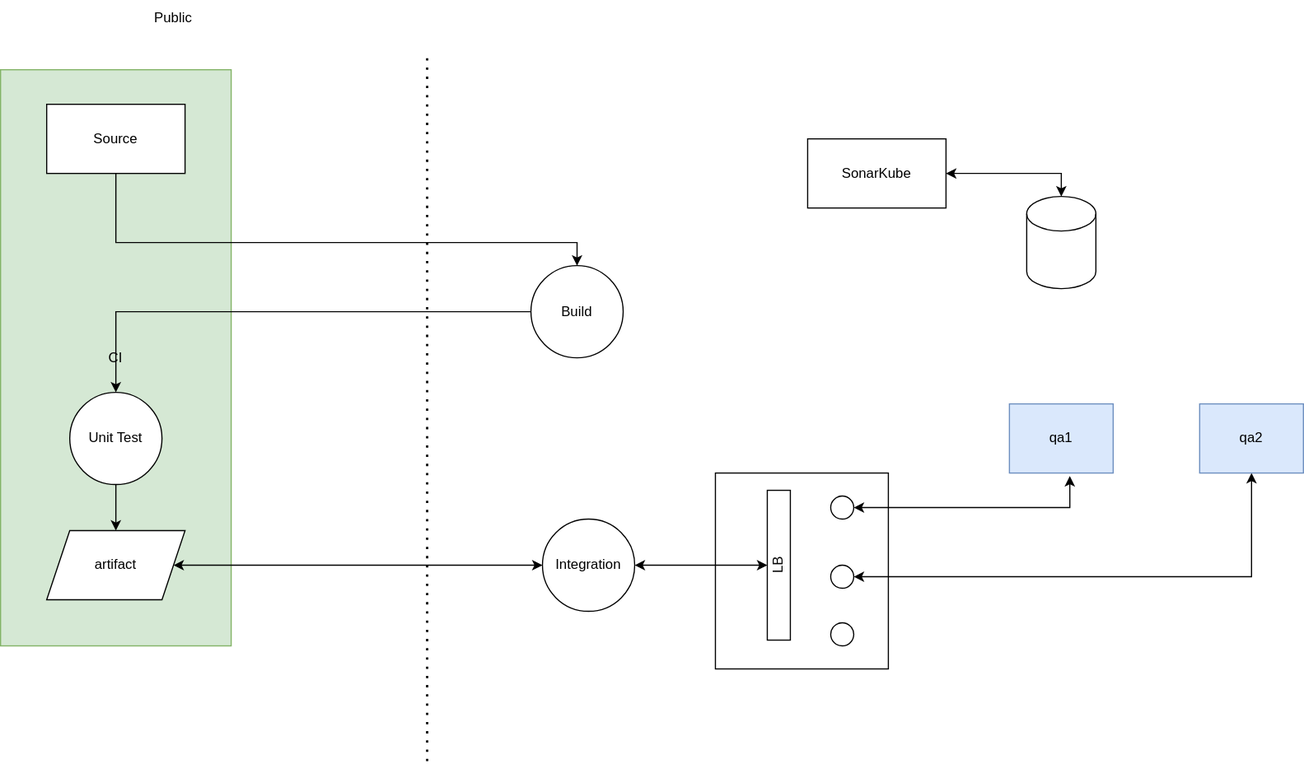
Above: infra/agentsinfrastructureunderstanding.svg in vjavle/invoicecloud (draw.io), before the change. Source tidied: cells renumbered, new cells last; positions are measured from the earlier drawing's top-left corner, leaving out a move shared by most shapes.
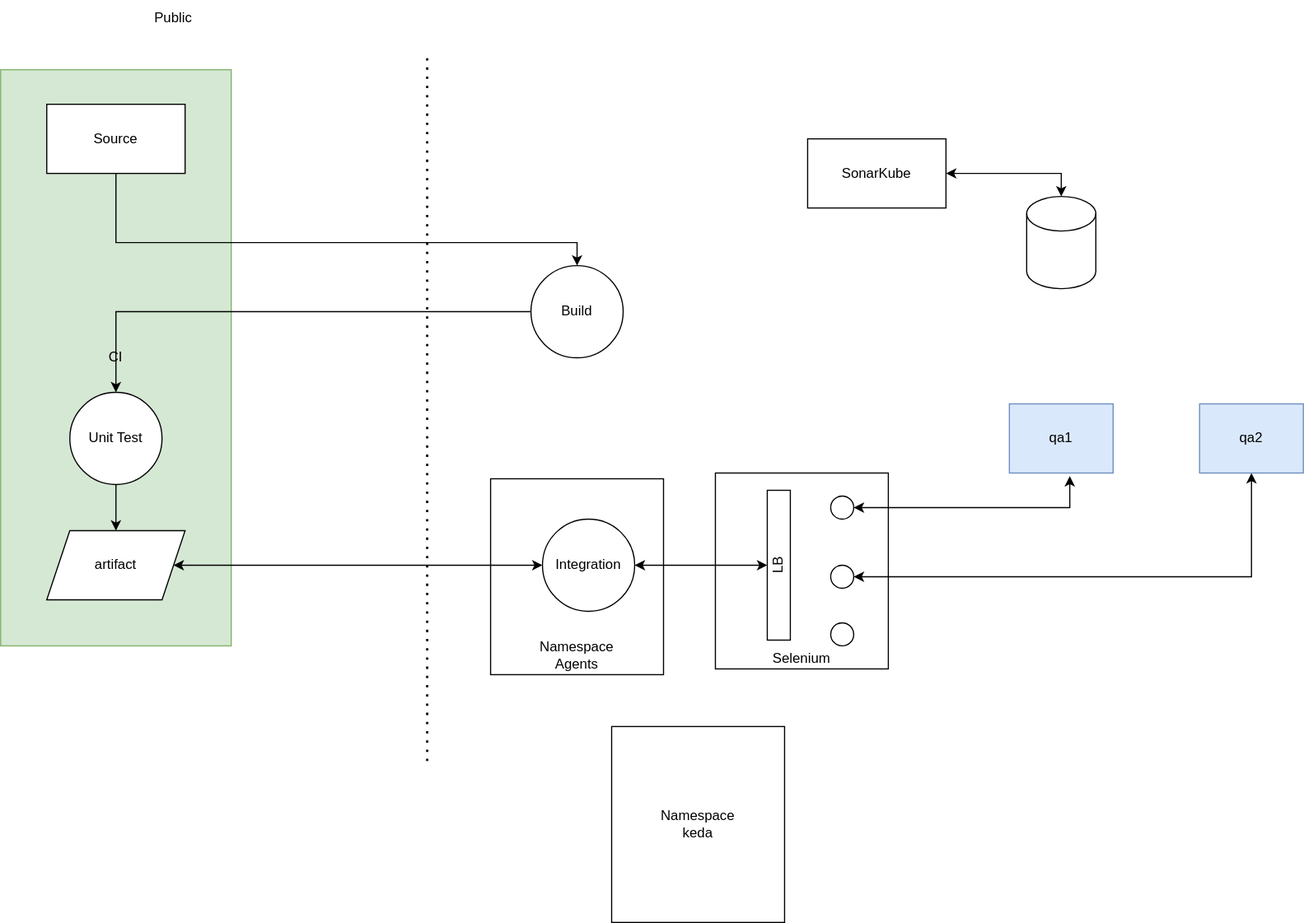
Later version of the same file.

Diff of the diagram source:
```diff
@@ -2,7 +2,10 @@
   <root>
     <mxCell id="0" />
     <mxCell id="1" parent="0" />
+    <mxCell id="27" value="Namespace&lt;br&gt;Agents" style="rounded=0;whiteSpace=wrap;html=1;verticalAlign=bottom;" parent="1" vertex="1">
+      <mxGeometry x="425" y="415" width="150" height="170" as="geometry" />
+    </mxCell>
-    <mxCell id="2" style="rounded=0;whiteSpace=wrap;html=1;" parent="1" vertex="1">
+    <mxCell id="2" value="Selenium" style="rounded=0;whiteSpace=wrap;html=1;verticalAlign=bottom;" parent="1" vertex="1">
       <mxGeometry x="620" y="410" width="150" height="170" as="geometry" />
     </mxCell>
     <mxCell id="3" value="CI" style="rounded=0;whiteSpace=wrap;html=1;fillColor=#d5e8d4;strokeColor=#82b366;" parent="1" vertex="1">
@@ -85,5 +88,8 @@
     <mxCell id="26" value="qa2" style="rounded=0;whiteSpace=wrap;html=1;fillColor=#dae8fc;strokeColor=#6c8ebf;" parent="1" vertex="1">
       <mxGeometry x="1040" y="350" width="90" height="60" as="geometry" />
     </mxCell>
+    <mxCell id="28" value="Namespace&lt;br&gt;keda" style="rounded=0;whiteSpace=wrap;html=1;" parent="1" vertex="1">
+      <mxGeometry x="530" y="630" width="150" height="170" as="geometry" />
+    </mxCell>
   </root>
 </mxGraphModel>
```
